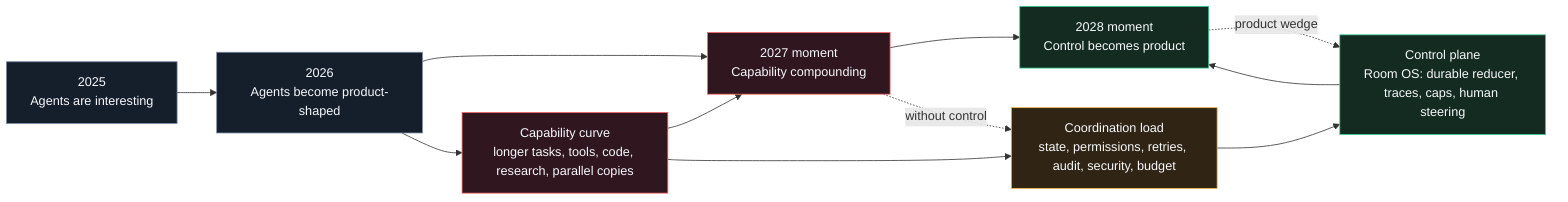
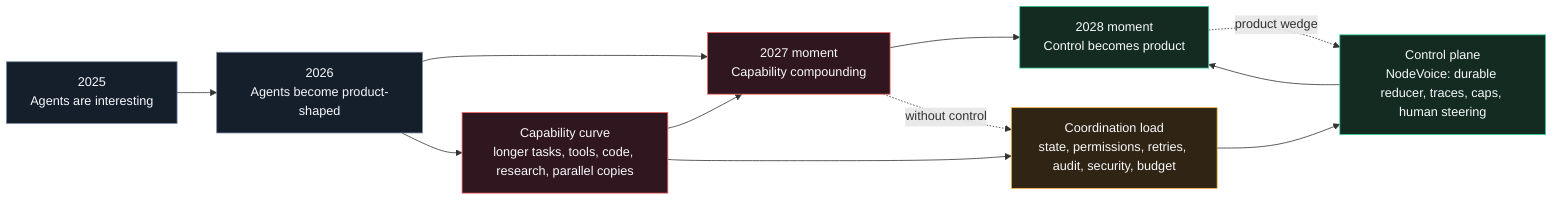
flowchart LR
  classDef capability fill:#30161e,stroke:#ff6b6b,color:#f7f9fc,stroke-width:1px
  classDef load fill:#302514,stroke:#f4b64a,color:#f7f9fc,stroke-width:1px
  classDef control fill:#132b21,stroke:#36d399,color:#f7f9fc,stroke-width:1px
  classDef moment fill:#151e2b,stroke:#7c8da6,color:#f7f9fc,stroke-width:1px

  start["2025<br/>Agents are interesting"]:::moment
  y2026["2026<br/>Agents become product-shaped"]:::moment
  y2027["2027 moment<br/>Capability compounding"]:::capability
  y2028["2028 moment<br/>Control becomes product"]:::control

  cap["Capability curve<br/>longer tasks, tools, code, research, parallel copies"]:::capability
  load["Coordination load<br/>state, permissions, retries, audit, security, budget"]:::load
-   plane["Control plane<br/>Room OS: durable reducer, traces, caps, human steering"]:::control
+   plane["Control plane<br/>NodeVoice: durable reducer, traces, caps, human steering"]:::control

  start --> y2026 --> y2027 --> y2028
  y2026 --> cap --> y2027
  cap --> load
  load --> plane
  plane --> y2028

  y2027 -. without control .-> load
  y2028 -. product wedge .-> plane
